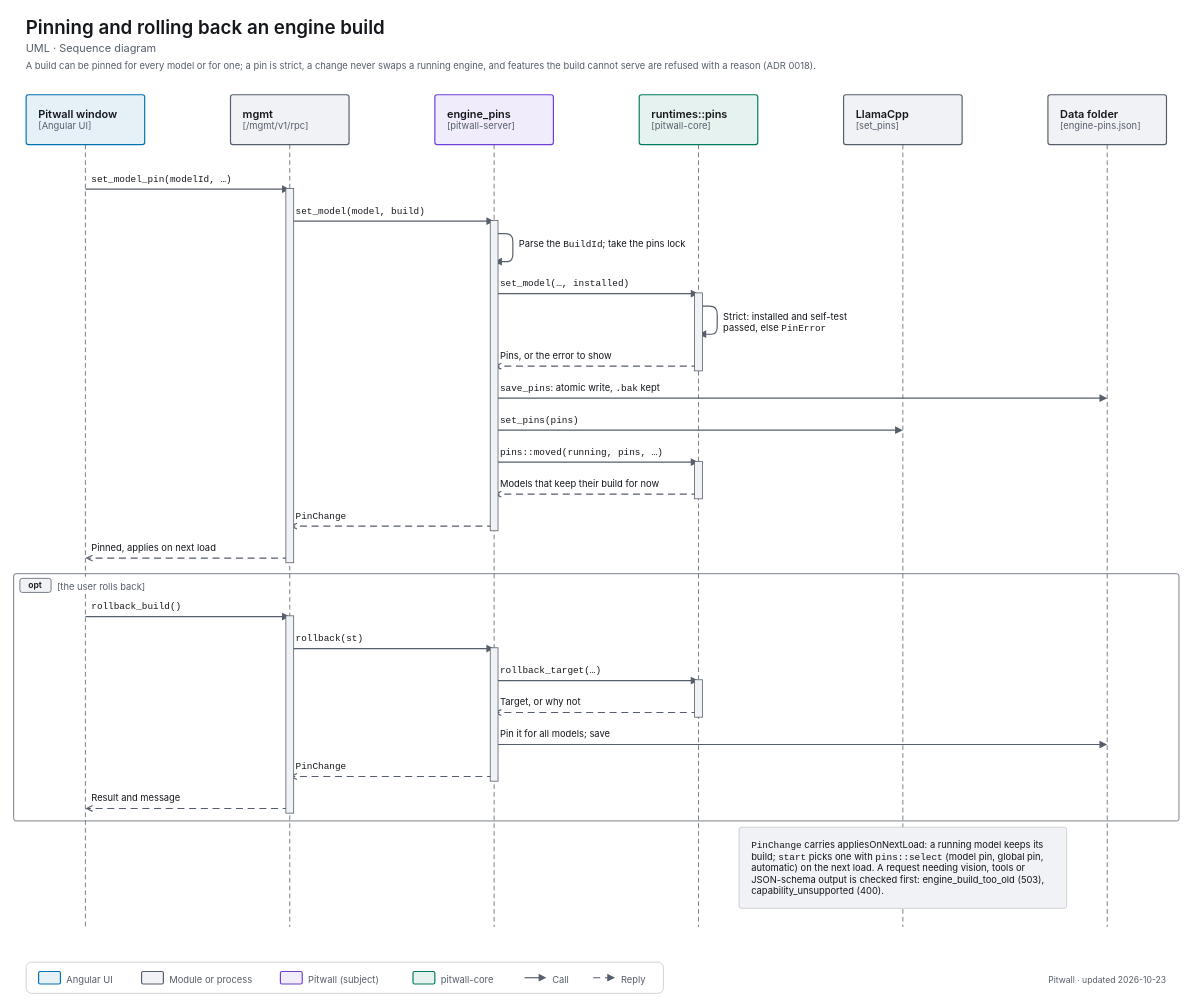
This is apps/pitwall/docs/diagrams/uml-seq-engine-pin.drawio from decryp7/paddock, a draw.io file, before an edit. Source tidied: cells renumbered, new cells numbered last; positions are measured from the earlier drawing's top-left corner, leaving out a move shared by most shapes. Both pictures are drawn from the tidied source at 78%, with x=0, y=0 at pixel (13, 13).
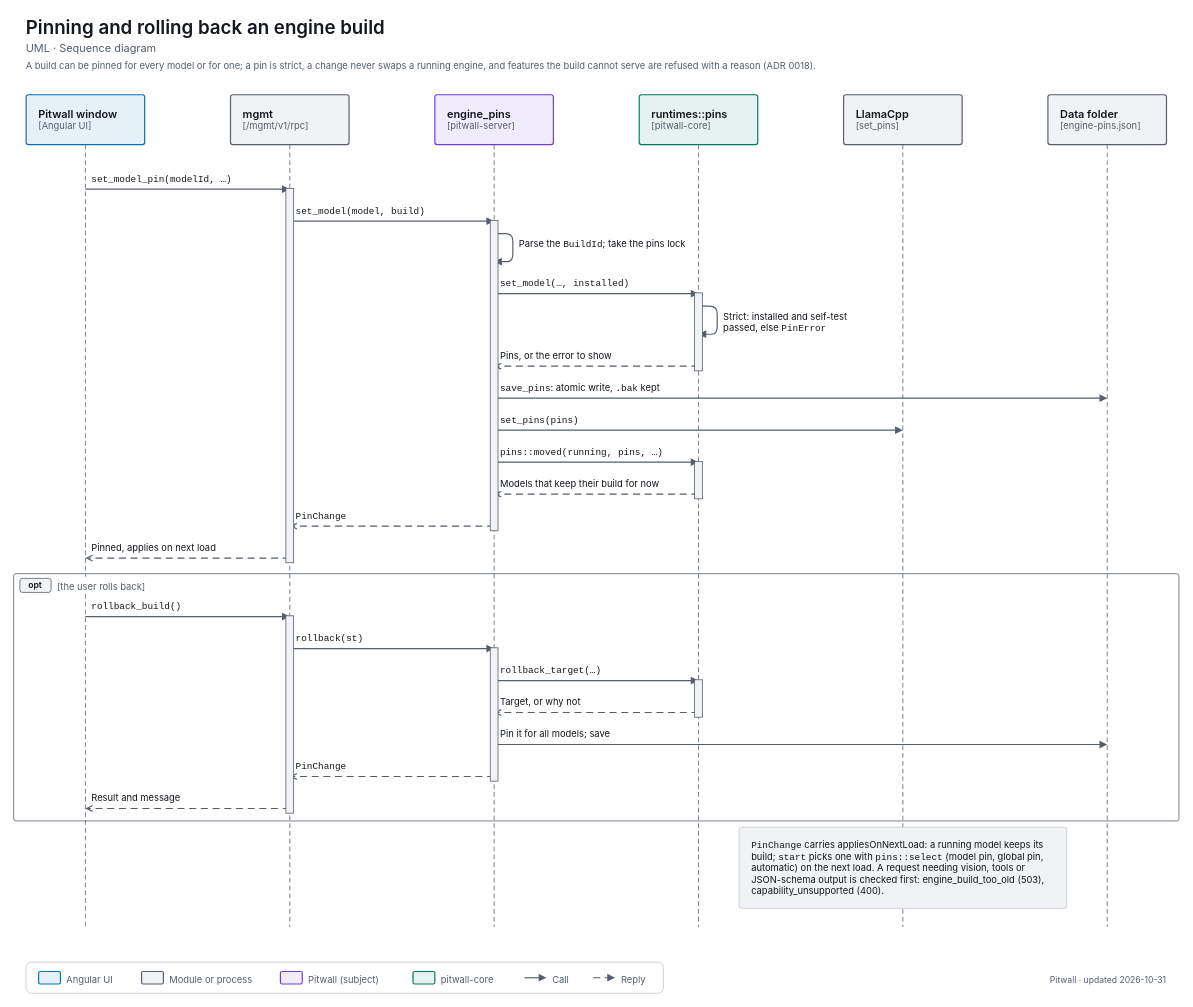
After the change.

What changed in the source:
```diff
@@
-    <mxCell id="80" value="&lt;span style=&quot;font-size:11px;font-weight:400&quot;&gt;Pitwall · updated 2026-10-23&lt;/span&gt;" style="html=1;whiteSpace=wrap;fontFamily=-apple-system,BlinkMacSystemFont,Segoe UI,system-ui,sans-serif;fontSize=12;fontColor=light-dark(#14171C,#ECEEF1);text;strokeColor=none;fillColor=none;align=right;verticalAlign=top;spacing=0;fontColor=light-dark(#565E6B,#A0A7B2);" parent="1" vertex="1">
+    <mxCell id="80" value="&lt;span style=&quot;font-size:11px;font-weight:400&quot;&gt;Pitwall · updated 2026-10-31&lt;/span&gt;" style="html=1;whiteSpace=wrap;fontFamily=-apple-system,BlinkMacSystemFont,Segoe UI,system-ui,sans-serif;fontSize=12;fontColor=light-dark(#14171C,#ECEEF1);text;strokeColor=none;fillColor=none;align=right;verticalAlign=top;spacing=0;fontColor=light-dark(#565E6B,#A0A7B2);" parent="1" vertex="1">
       <mxGeometry x="1118" y="1227" width="360" height="18" as="geometry" />
     </mxCell>
```
